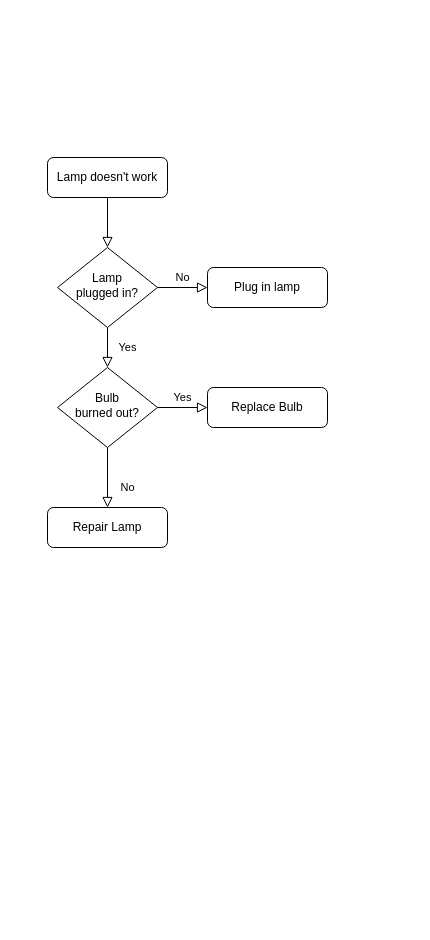
The draw.io diagram 流程图.drawio in Alvabill/drawio, before the edit. Source tidied: cells renumbered, new cells numbered last; positions are measured from the earlier drawing's top-left corner, leaving out a move shared by most shapes. Both pictures are drawn from the tidied source at 100%, with x=0, y=0 at pixel (47, 157).
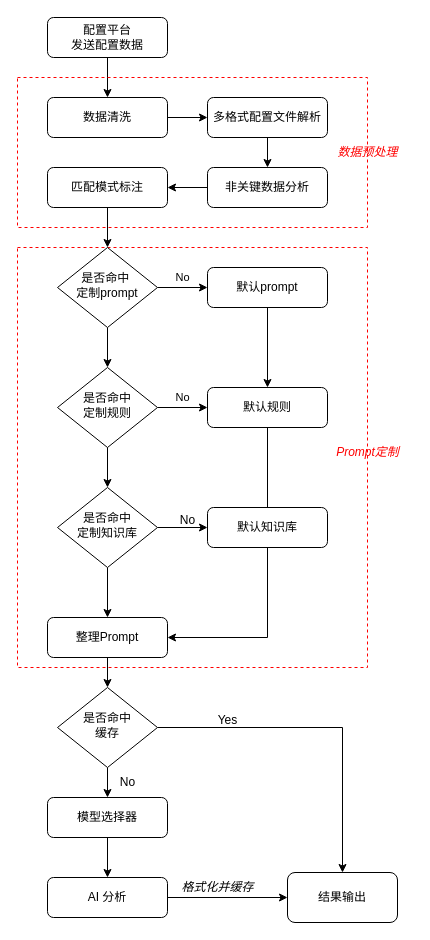
The same page after the edit.

Commit message:
更新流程图.drawio

Change to the diagram source:
```diff
@@
+    <mxCell id="13" style="rounded=0;whiteSpace=wrap;html=1;dashed=1;fillColor=none;strokeColor=#FF0000;" parent="1" vertex="1">
+      <mxGeometry x="-30" y="90" width="350" height="420" as="geometry" />
+    </mxCell>
-    <mxCell id="2" style="rounded=0;html=1;jettySize=auto;fontSize=11;endArrow=block;endFill=0;endSize=8;strokeWidth=1;shadow=0;labelBackgroundColor=none;edgeStyle=orthogonalEdgeStyle;" parent="1" edge="1" source="3" target="6">
+    <mxCell id="2" style="rounded=0;html=1;jettySize=auto;fontSize=11;endArrow=classic;endFill=1;endSize=6;strokeWidth=1;shadow=0;labelBackgroundColor=none;edgeStyle=orthogonalEdgeStyle;entryX=0.5;entryY=0;entryDx=0;entryDy=0;" parent="1" edge="1" source="3" target="17">
       <mxGeometry relative="1" as="geometry" />
     </mxCell>
-    <mxCell id="3" value="Lamp doesn't work" style="rounded=1;whiteSpace=wrap;html=1;fontSize=12;glass=0;strokeWidth=1;shadow=0;" parent="1" vertex="1">
-      <mxGeometry width="120" height="40" as="geometry" />
+    <mxCell id="3" value="配置平台&lt;div&gt;发送&lt;span style=&quot;background-color: transparent; color: light-dark(rgb(0, 0, 0), rgb(255, 255, 255));&quot;&gt;配置数据&lt;/span&gt;&lt;/div&gt;" style="rounded=1;whiteSpace=wrap;html=1;fontSize=12;glass=0;strokeWidth=1;shadow=0;" parent="1" vertex="1">
+      <mxGeometry y="-140" width="120" height="40" as="geometry" />
     </mxCell>
-    <mxCell id="4" value="Yes" style="rounded=0;html=1;jettySize=auto;fontSize=11;endArrow=block;endFill=0;endSize=8;strokeWidth=1;shadow=0;labelBackgroundColor=none;edgeStyle=orthogonalEdgeStyle;" parent="1" edge="1" source="6" target="10">
+    <mxCell id="4" style="rounded=0;html=1;jettySize=auto;fontSize=11;endArrow=classic;endFill=1;endSize=6;strokeWidth=1;shadow=0;labelBackgroundColor=none;edgeStyle=orthogonalEdgeStyle;" parent="1" edge="1" source="6" target="10">
       <mxGeometry y="20" relative="1" as="geometry" />
     </mxCell>
-    <mxCell id="5" value="No" style="edgeStyle=orthogonalEdgeStyle;rounded=0;html=1;jettySize=auto;fontSize=11;endArrow=block;endFill=0;endSize=8;strokeWidth=1;shadow=0;labelBackgroundColor=none;" parent="1" edge="1" source="6" target="7">
+    <mxCell id="5" value="No" style="edgeStyle=orthogonalEdgeStyle;rounded=0;html=1;jettySize=auto;fontSize=11;endArrow=classic;endFill=1;endSize=6;strokeWidth=1;shadow=0;labelBackgroundColor=none;" parent="1" edge="1" source="6" target="7">
       <mxGeometry y="10" relative="1" as="geometry" />
     </mxCell>
-    <mxCell id="6" value="Lamp&lt;br&gt;plugged in?" style="rhombus;whiteSpace=wrap;html=1;shadow=0;fontFamily=Helvetica;fontSize=12;align=center;strokeWidth=1;spacing=6;spacingTop=-4;" parent="1" vertex="1">
+    <mxCell id="6" value="是否命中&amp;nbsp;&lt;div&gt;定制prompt&lt;/div&gt;" style="rhombus;whiteSpace=wrap;html=1;shadow=0;fontFamily=Helvetica;fontSize=12;align=center;strokeWidth=1;spacing=6;spacingTop=-4;" parent="1" vertex="1">
       <mxGeometry x="10" y="90" width="100" height="80" as="geometry" />
     </mxCell>
+    <mxCell id="14" style="edgeStyle=orthogonalEdgeStyle;rounded=0;jettySize=auto;html=1;entryX=0.5;entryY=0;entryDx=0;entryDy=0;" parent="1" edge="1" source="7" target="12">
+      <mxGeometry relative="1" as="geometry" />
+    </mxCell>
-    <mxCell id="7" value="Plug in lamp" style="rounded=1;whiteSpace=wrap;html=1;fontSize=12;glass=0;strokeWidth=1;shadow=0;" parent="1" vertex="1">
+    <mxCell id="7" value="默认prompt" style="rounded=1;whiteSpace=wrap;html=1;fontSize=12;glass=0;strokeWidth=1;shadow=0;" parent="1" vertex="1">
       <mxGeometry x="160" y="110" width="120" height="40" as="geometry" />
     </mxCell>
-    <mxCell id="8" value="No" style="rounded=0;html=1;jettySize=auto;fontSize=11;endArrow=block;endFill=0;endSize=8;strokeWidth=1;shadow=0;labelBackgroundColor=none;edgeStyle=orthogonalEdgeStyle;" parent="1" edge="1" source="10" target="11">
+    <mxCell id="8" style="rounded=0;html=1;jettySize=auto;fontSize=11;endArrow=classic;endFill=1;endSize=6;strokeWidth=1;shadow=0;labelBackgroundColor=none;edgeStyle=orthogonalEdgeStyle;" parent="1" edge="1" source="31" target="11">
       <mxGeometry x="0.33" y="20" relative="1" as="geometry" />
     </mxCell>
-    <mxCell id="9" value="Yes" style="edgeStyle=orthogonalEdgeStyle;rounded=0;html=1;jettySize=auto;fontSize=11;endArrow=block;endFill=0;endSize=8;strokeWidth=1;shadow=0;labelBackgroundColor=none;" parent="1" edge="1" source="10" target="12">
+    <mxCell id="9" value="No" style="edgeStyle=orthogonalEdgeStyle;rounded=0;html=1;jettySize=auto;fontSize=11;endArrow=classic;endFill=1;endSize=6;strokeWidth=1;shadow=0;labelBackgroundColor=none;" parent="1" edge="1" source="10" target="12">
       <mxGeometry y="10" relative="1" as="geometry" />
     </mxCell>
-    <mxCell id="10" value="Bulb&lt;br&gt;burned out?" style="rhombus;whiteSpace=wrap;html=1;shadow=0;fontFamily=Helvetica;fontSize=12;align=center;strokeWidth=1;spacing=6;spacingTop=-4;" parent="1" vertex="1">
+    <mxCell id="10" value="是否命中&lt;div&gt;定制规则&lt;/div&gt;" style="rhombus;whiteSpace=wrap;html=1;shadow=0;fontFamily=Helvetica;fontSize=12;align=center;strokeWidth=1;spacing=6;spacingTop=-4;" parent="1" vertex="1">
       <mxGeometry x="10" y="210" width="100" height="80" as="geometry" />
     </mxCell>
-    <mxCell id="11" value="Repair Lamp" style="rounded=1;whiteSpace=wrap;html=1;fontSize=12;glass=0;strokeWidth=1;shadow=0;" parent="1" vertex="1">
-      <mxGeometry y="350" width="120" height="40" as="geometry" />
+    <mxCell id="11" value="整理Prompt" style="rounded=1;whiteSpace=wrap;html=1;fontSize=12;glass=0;strokeWidth=1;shadow=0;" parent="1" vertex="1">
+      <mxGeometry y="460" width="120" height="40" as="geometry" />
     </mxCell>
+    <mxCell id="15" style="edgeStyle=orthogonalEdgeStyle;rounded=0;jettySize=auto;html=1;exitX=0.5;exitY=1;exitDx=0;exitDy=0;entryX=1;entryY=0.5;entryDx=0;entryDy=0;" parent="1" edge="1" source="12" target="11">
+      <mxGeometry relative="1" as="geometry" />
+    </mxCell>
-    <mxCell id="12" value="Replace Bulb" style="rounded=1;whiteSpace=wrap;html=1;fontSize=12;glass=0;strokeWidth=1;shadow=0;" parent="1" vertex="1">
+    <mxCell id="12" value="默认规则" style="rounded=1;whiteSpace=wrap;html=1;fontSize=12;glass=0;strokeWidth=1;shadow=0;" parent="1" vertex="1">
       <mxGeometry x="160" y="230" width="120" height="40" as="geometry" />
     </mxCell>
+    <mxCell id="16" style="edgeStyle=orthogonalEdgeStyle;rounded=0;jettySize=auto;html=1;exitX=1;exitY=0.5;exitDx=0;exitDy=0;entryX=0;entryY=0.5;entryDx=0;entryDy=0;" parent="1" edge="1" source="17" target="21">
+      <mxGeometry relative="1" as="geometry" />
+    </mxCell>
+    <mxCell id="17" value="数据清洗" style="rounded=1;whiteSpace=wrap;html=1;" parent="1" vertex="1">
+      <mxGeometry y="-60" width="120" height="40" as="geometry" />
+    </mxCell>
+    <mxCell id="18" style="edgeStyle=orthogonalEdgeStyle;rounded=0;jettySize=auto;html=1;exitX=1;exitY=0.5;exitDx=0;exitDy=0;entryX=0;entryY=0.5;entryDx=0;entryDy=0;" parent="1" edge="1" source="19" target="41">
+      <mxGeometry relative="1" as="geometry" />
+    </mxCell>
+    <mxCell id="19" value="AI 分析" style="whiteSpace=wrap;html=1;rounded=1;glass=0;strokeWidth=1;shadow=0;" parent="1" vertex="1">
+      <mxGeometry y="720" width="120" height="40" as="geometry" />
+    </mxCell>
+    <mxCell id="20" style="edgeStyle=orthogonalEdgeStyle;rounded=0;jettySize=auto;html=1;" parent="1" edge="1" source="21" target="23">
+      <mxGeometry relative="1" as="geometry" />
+    </mxCell>
+    <mxCell id="21" value="多格式配置文件解析" style="rounded=1;whiteSpace=wrap;html=1;" parent="1" vertex="1">
+      <mxGeometry x="160" y="-60" width="120" height="40" as="geometry" />
+    </mxCell>
+    <mxCell id="22" style="edgeStyle=orthogonalEdgeStyle;rounded=0;jettySize=auto;html=1;" parent="1" edge="1" source="23" target="25">
+      <mxGeometry relative="1" as="geometry" />
+    </mxCell>
+    <mxCell id="23" value="非关键数据分析" style="rounded=1;whiteSpace=wrap;html=1;" parent="1" vertex="1">
+      <mxGeometry x="160" y="10" width="120" height="40" as="geometry" />
+    </mxCell>
+    <mxCell id="24" style="edgeStyle=orthogonalEdgeStyle;rounded=0;jettySize=auto;html=1;exitX=0.5;exitY=1;exitDx=0;exitDy=0;entryX=0.5;entryY=0;entryDx=0;entryDy=0;" parent="1" edge="1" source="25" target="6">
+      <mxGeometry relative="1" as="geometry" />
+    </mxCell>
+    <mxCell id="25" value="匹配模式标注" style="rounded=1;whiteSpace=wrap;html=1;" parent="1" vertex="1">
+      <mxGeometry y="10" width="120" height="40" as="geometry" />
+    </mxCell>
+    <mxCell id="26" style="rounded=0;whiteSpace=wrap;html=1;dashed=1;fillColor=none;strokeColor=#FF0000;" parent="1" vertex="1">
+      <mxGeometry x="-30" y="-80" width="350" height="150" as="geometry" />
+    </mxCell>
+    <mxCell id="27" value="数据预处理" style="text;html=1;align=center;verticalAlign=middle;fontColor=#FF0000;fontStyle=2;" parent="1" vertex="1">
+      <mxGeometry x="280" y="-20" width="80" height="30" as="geometry" />
+    </mxCell>
+    <mxCell id="28" value="默认知识库" style="rounded=1;whiteSpace=wrap;html=1;fontSize=12;glass=0;strokeWidth=1;shadow=0;" parent="1" vertex="1">
+      <mxGeometry x="160" y="350" width="120" height="40" as="geometry" />
+    </mxCell>
+    <mxCell id="29" style="rounded=0;html=1;jettySize=auto;fontSize=11;endArrow=classic;endFill=1;endSize=6;strokeWidth=1;shadow=0;labelBackgroundColor=none;edgeStyle=orthogonalEdgeStyle;" parent="1" edge="1" source="10" target="31">
+      <mxGeometry x="0.33" y="20" relative="1" as="geometry" />
+    </mxCell>
+    <mxCell id="30" style="edgeStyle=orthogonalEdgeStyle;rounded=0;jettySize=auto;html=1;exitX=1;exitY=0.5;exitDx=0;exitDy=0;entryX=0;entryY=0.5;entryDx=0;entryDy=0;" parent="1" edge="1" source="31" target="28">
+      <mxGeometry relative="1" as="geometry" />
+    </mxCell>
+    <mxCell id="31" value="是否命中&lt;div&gt;定制知识库&lt;/div&gt;" style="rhombus;whiteSpace=wrap;html=1;shadow=0;fontFamily=Helvetica;fontSize=12;align=center;strokeWidth=1;spacing=6;spacingTop=-4;" parent="1" vertex="1">
+      <mxGeometry x="10" y="330" width="100" height="80" as="geometry" />
+    </mxCell>
+    <mxCell id="32" value="No" style="text;html=1;align=center;verticalAlign=middle;strokeColor=none;fillColor=none;" parent="1" vertex="1">
+      <mxGeometry x="120" y="348" width="40" height="30" as="geometry" />
+    </mxCell>
+    <mxCell id="33" value="Prompt定制" style="text;html=1;align=center;verticalAlign=middle;fontColor=#FF0000;fontStyle=2;" parent="1" vertex="1">
+      <mxGeometry x="275" y="280" width="90" height="30" as="geometry" />
+    </mxCell>
+    <mxCell id="34" style="edgeStyle=orthogonalEdgeStyle;rounded=0;jettySize=auto;html=1;exitX=0.5;exitY=1;exitDx=0;exitDy=0;entryX=0.5;entryY=0;entryDx=0;entryDy=0;" parent="1" edge="1" source="35" target="19">
+      <mxGeometry relative="1" as="geometry" />
+    </mxCell>
+    <mxCell id="35" value="模型选择器" style="whiteSpace=wrap;html=1;rounded=1;glass=0;strokeWidth=1;shadow=0;" parent="1" vertex="1">
+      <mxGeometry y="640" width="120" height="40" as="geometry" />
+    </mxCell>
+    <mxCell id="36" style="edgeStyle=orthogonalEdgeStyle;rounded=0;jettySize=auto;html=1;" parent="1" edge="1" source="11" target="39">
+      <mxGeometry relative="1" as="geometry" />
+    </mxCell>
+    <mxCell id="37" style="edgeStyle=orthogonalEdgeStyle;rounded=0;jettySize=auto;html=1;exitX=0.5;exitY=1;exitDx=0;exitDy=0;entryX=0.5;entryY=0;entryDx=0;entryDy=0;" parent="1" edge="1" source="39" target="35">
+      <mxGeometry relative="1" as="geometry" />
+    </mxCell>
+    <mxCell id="38" style="edgeStyle=orthogonalEdgeStyle;rounded=0;jettySize=auto;html=1;entryX=0.5;entryY=0;entryDx=0;entryDy=0;" parent="1" edge="1" source="39" target="41">
+      <mxGeometry relative="1" as="geometry" />
+    </mxCell>
+    <mxCell id="39" value="是否命中&lt;div&gt;缓存&lt;/div&gt;" style="rhombus;whiteSpace=wrap;html=1;shadow=0;fontFamily=Helvetica;fontSize=12;align=center;strokeWidth=1;spacing=6;spacingTop=-4;" parent="1" vertex="1">
+      <mxGeometry x="10" y="530" width="100" height="80" as="geometry" />
+    </mxCell>
+    <mxCell id="40" value="格式化并缓存" style="text;html=1;align=center;verticalAlign=middle;strokeColor=none;fillColor=none;fontStyle=2;" parent="1" vertex="1">
+      <mxGeometry x="120" y="715" width="100" height="30" as="geometry" />
+    </mxCell>
+    <mxCell id="41" value="结果输出" style="rounded=1;whiteSpace=wrap;html=1;" parent="1" vertex="1">
+      <mxGeometry x="240" y="715" width="110" height="50" as="geometry" />
+    </mxCell>
+    <mxCell id="42" value="Yes" style="text;html=1;align=center;verticalAlign=middle;strokeColor=none;fillColor=none;" parent="1" vertex="1">
+      <mxGeometry x="160" y="548" width="40" height="30" as="geometry" />
+    </mxCell>
+    <mxCell id="43" value="No" style="text;html=1;align=center;verticalAlign=middle;strokeColor=none;fillColor=none;" parent="1" vertex="1">
+      <mxGeometry x="60" y="610" width="40" height="30" as="geometry" />
+    </mxCell>
```
